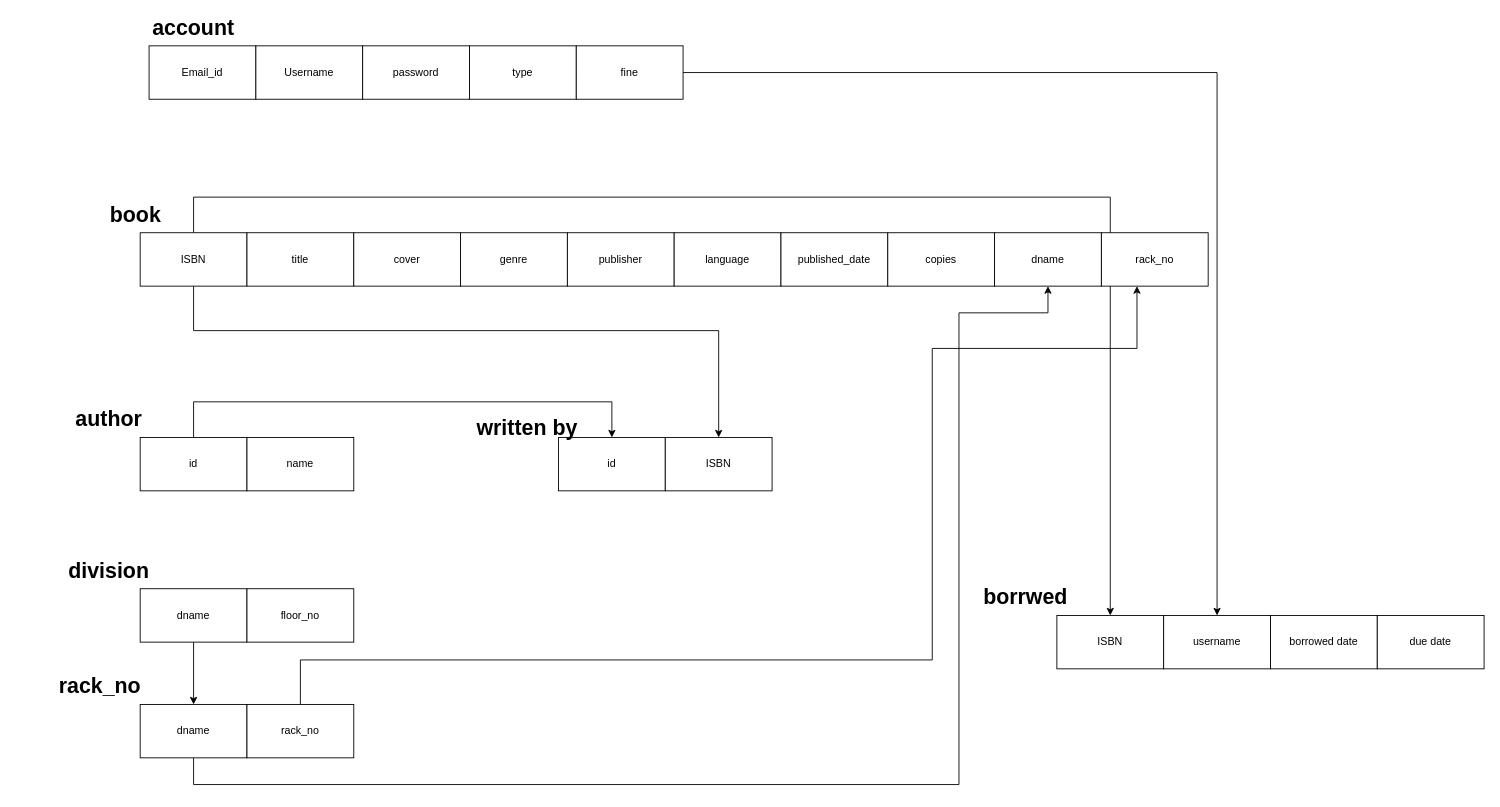
The draw.io diagram RS.drawio in MuhammadIrfan92/Database-Engineering-Semester-7, before the edit. Source tidied: cells renumbered, new cells numbered last; positions are measured from the earlier drawing's top-left corner, leaving out a move shared by most shapes. Both pictures are drawn from the tidied source at 89%, with x=0, y=0 at pixel (15, 19).
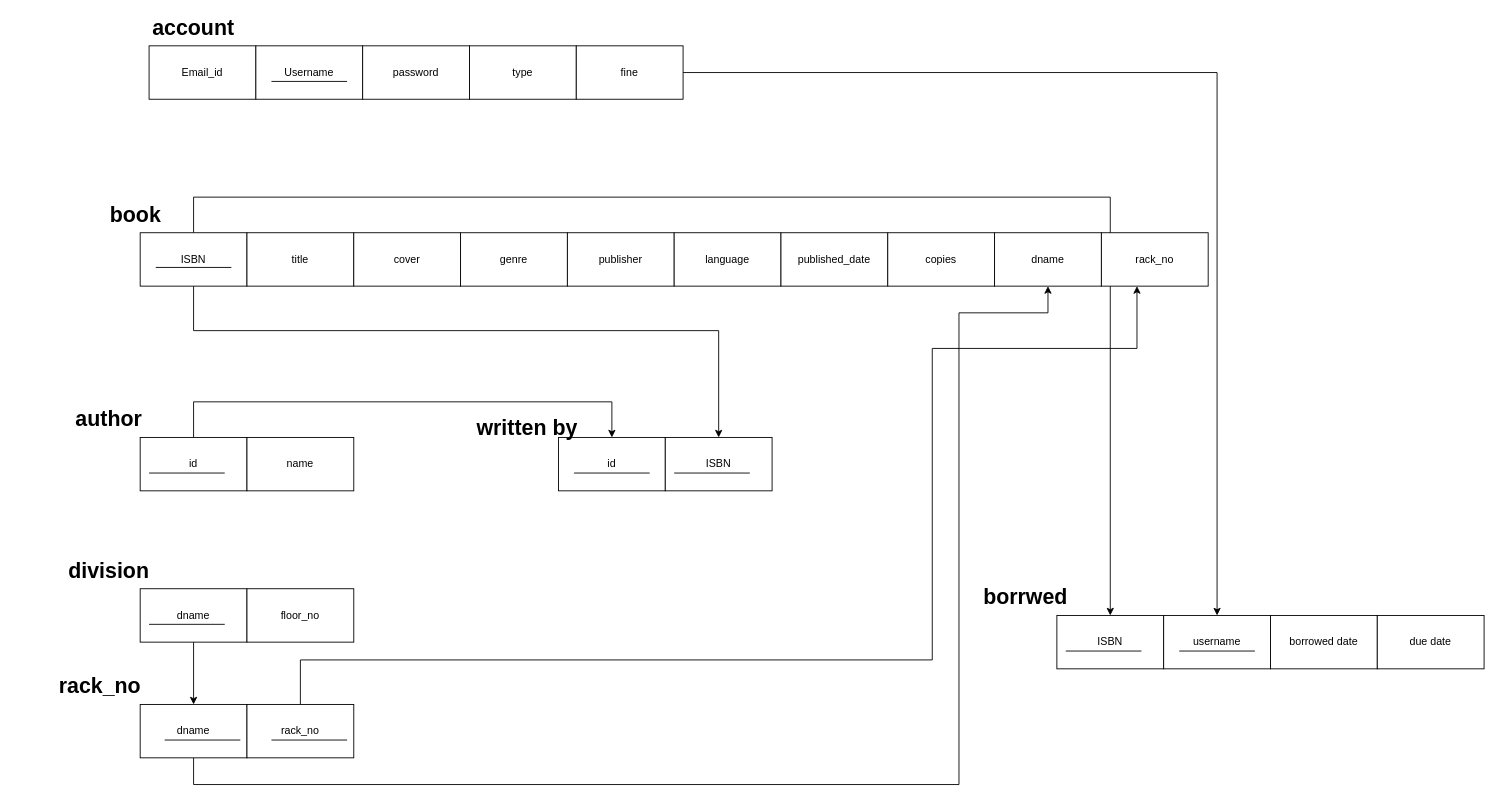
The same diagram, later.

What changed in the source:
```diff
@@
+    <mxCell id="43" style="endArrow=none;html=1;" parent="1" edge="1">
+      <mxGeometry relative="1" as="geometry">
+        <mxPoint x="157.5" y="279" as="sourcePoint" />
+        <mxPoint x="242.5" y="279" as="targetPoint" />
+      </mxGeometry>
+    </mxCell>
+    <mxCell id="44" style="endArrow=none;html=1;" parent="1" edge="1">
+      <mxGeometry relative="1" as="geometry">
+        <mxPoint x="287.5" y="70" as="sourcePoint" />
+        <mxPoint x="372.5" y="70" as="targetPoint" />
+      </mxGeometry>
+    </mxCell>
+    <mxCell id="45" style="endArrow=none;html=1;" parent="1" edge="1">
+      <mxGeometry relative="1" as="geometry">
+        <mxPoint x="150" y="510" as="sourcePoint" />
+        <mxPoint x="235" y="510" as="targetPoint" />
+      </mxGeometry>
+    </mxCell>
+    <mxCell id="46" style="endArrow=none;html=1;" parent="1" edge="1">
+      <mxGeometry relative="1" as="geometry">
+        <mxPoint x="627.5" y="510" as="sourcePoint" />
+        <mxPoint x="712.5" y="510" as="targetPoint" />
+      </mxGeometry>
+    </mxCell>
+    <mxCell id="47" style="endArrow=none;html=1;" parent="1" edge="1">
+      <mxGeometry relative="1" as="geometry">
+        <mxPoint x="740" y="510" as="sourcePoint" />
+        <mxPoint x="825" y="510" as="targetPoint" />
+      </mxGeometry>
+    </mxCell>
+    <mxCell id="48" style="endArrow=none;html=1;" parent="1" edge="1">
+      <mxGeometry relative="1" as="geometry">
+        <mxPoint x="1180" y="710" as="sourcePoint" />
+        <mxPoint x="1265" y="710" as="targetPoint" />
+      </mxGeometry>
+    </mxCell>
+    <mxCell id="49" style="endArrow=none;html=1;" parent="1" edge="1">
+      <mxGeometry relative="1" as="geometry">
+        <mxPoint x="1307.5" y="710" as="sourcePoint" />
+        <mxPoint x="1392.5" y="710" as="targetPoint" />
+      </mxGeometry>
+    </mxCell>
+    <mxCell id="50" style="endArrow=none;html=1;" parent="1" edge="1">
+      <mxGeometry relative="1" as="geometry">
+        <mxPoint x="150" y="680" as="sourcePoint" />
+        <mxPoint x="235" y="680" as="targetPoint" />
+      </mxGeometry>
+    </mxCell>
+    <mxCell id="51" style="endArrow=none;html=1;" parent="1" edge="1">
+      <mxGeometry relative="1" as="geometry">
+        <mxPoint x="167.5" y="810" as="sourcePoint" />
+        <mxPoint x="252.5" y="810" as="targetPoint" />
+      </mxGeometry>
+    </mxCell>
+    <mxCell id="52" style="endArrow=none;html=1;" parent="1" edge="1">
+      <mxGeometry relative="1" as="geometry">
+        <mxPoint x="287.5" y="810" as="sourcePoint" />
+        <mxPoint x="372.5" y="810" as="targetPoint" />
+      </mxGeometry>
+    </mxCell>
```
